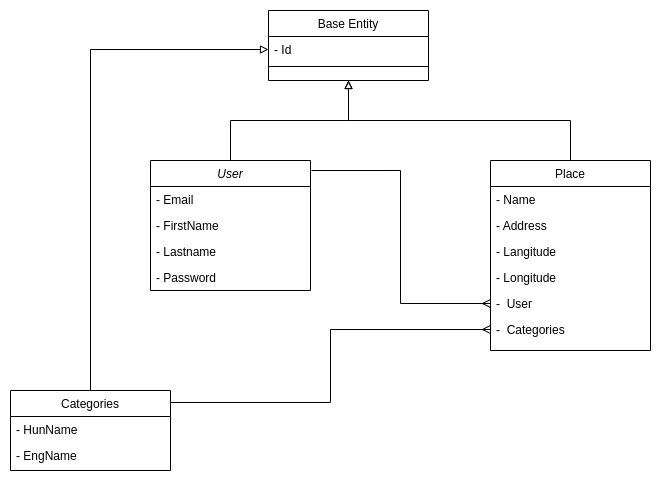
Before: images/entities_uml.png, a diagram exported from draw.io (BBence9807/travelling-app). Source tidied: cells renumbered, new cells last; positions are measured from the earlier drawing's top-left corner, leaving out a move shared by most shapes.
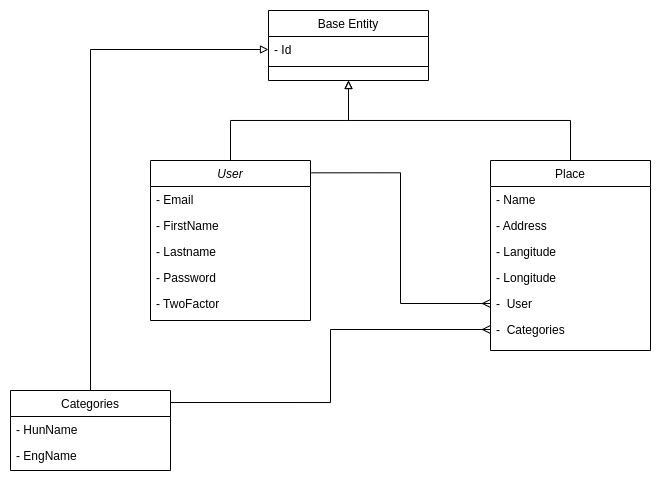
After the commit.

Commit message:
mod uml diagram

The edit, as a diff of the source:
```diff
@@ -3,7 +3,7 @@
     <mxCell id="0" />
     <mxCell id="1" parent="0" />
     <mxCell id="2" value="User" style="swimlane;fontStyle=2;align=center;verticalAlign=top;horizontal=1;startSize=26;rounded=0;shadow=0;strokeWidth=1;" parent="1" vertex="1">
-      <mxGeometry x="140" y="150" width="160" height="130" as="geometry" />
+      <mxGeometry x="140" y="150" width="160" height="160" as="geometry" />
     </mxCell>
     <mxCell id="3" value="- Email" style="text;align=left;verticalAlign=top;spacingLeft=4;spacingRight=4;overflow=hidden;" parent="2" vertex="1">
       <mxGeometry y="26" width="160" height="26" as="geometry" />
@@ -17,6 +17,9 @@
     <mxCell id="6" value="- Password" style="text;align=left;verticalAlign=top;spacingLeft=4;spacingRight=4;overflow=hidden;rounded=0;shadow=0;html=0;" parent="2" vertex="1">
       <mxGeometry y="104" width="160" height="26" as="geometry" />
     </mxCell>
+    <mxCell id="25" value="- TwoFactor" style="text;align=left;verticalAlign=top;spacingLeft=4;spacingRight=4;overflow=hidden;rounded=0;shadow=0;html=0;" parent="2" vertex="1">
+      <mxGeometry y="130" width="160" height="26" as="geometry" />
+    </mxCell>
     <mxCell id="7" value="Categories" style="swimlane;fontStyle=0;align=center;verticalAlign=top;horizontal=1;startSize=26;rounded=0;shadow=0;strokeWidth=1;" parent="1" vertex="1">
       <mxGeometry y="380" width="160" height="80" as="geometry" />
     </mxCell>
```
